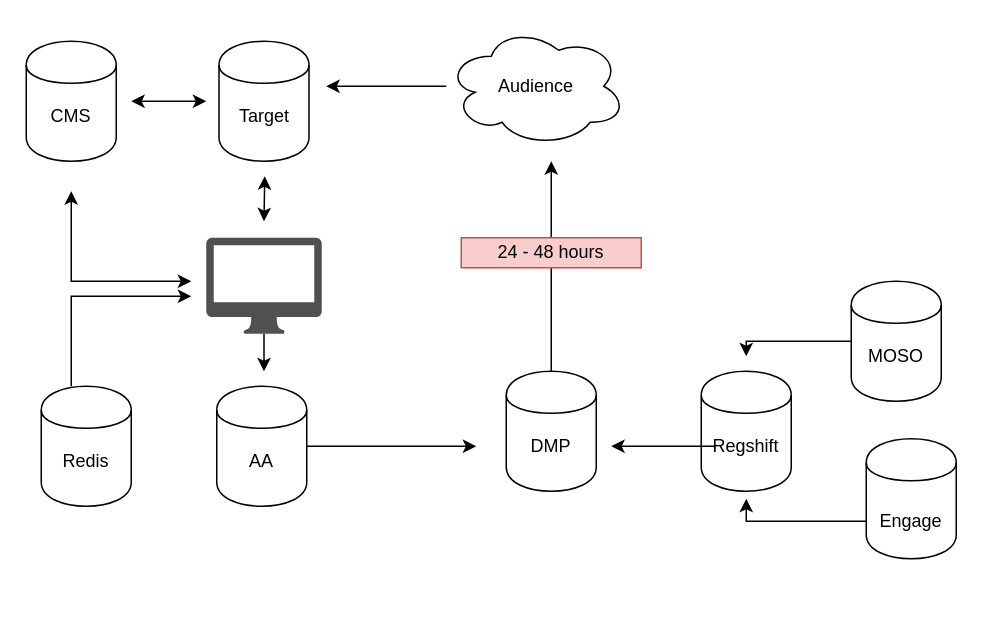
Earlier version of the draw.io diagram Untitled Diagram.drawio (anthonyca7/log). Source tidied: cells renumbered, new cells numbered last; positions are measured from the earlier drawing's top-left corner, leaving out a move shared by most shapes. Both pictures are drawn from the tidied source at 150%, with x=0, y=0 at pixel (26, 26).
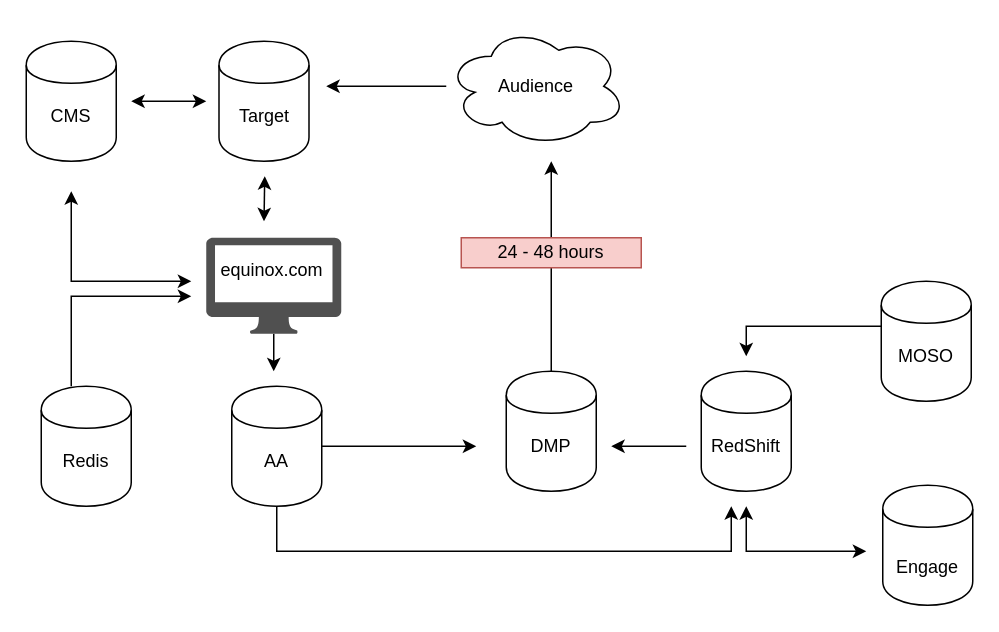
After the change.

Unchanged cells that the change refers to:
```xml
<mxCell id="10" style="shape=cylinder;whiteSpace=wrap;html=1;boundedLbl=1;backgroundOutline=1;" parent="9" vertex="1">
  <mxGeometry width="60" height="80" as="geometry" />
</mxCell>
<mxCell id="13" style="shape=cylinder;whiteSpace=wrap;html=1;boundedLbl=1;backgroundOutline=1;" parent="12" vertex="1">
  <mxGeometry width="60" height="80" as="geometry" />
</mxCell>
<mxCell id="21" style="group;" parent="1" vertex="1">
  <mxGeometry x="450" y="230" width="60" height="80" as="geometry" />
</mxCell>
```

The edit, as a diff of the source:
```diff
@@
+    <mxCell id="43" style="edgeStyle=orthogonalEdgeStyle;rounded=0;jettySize=auto;html=1;startArrow=none;startFill=0;strokeColor=#000000;exitX=0.5;exitY=1;exitDx=0;exitDy=0;" parent="1" edge="1" source="3">
+      <mxGeometry relative="1" as="geometry">
+        <mxPoint x="470" y="320" as="targetPoint" />
+        <Array as="points">
+          <mxPoint x="167" y="350" />
+          <mxPoint x="470" y="350" />
+        </Array>
+      </mxGeometry>
+    </mxCell>
     <mxCell id="3" style="shape=cylinder;whiteSpace=wrap;html=1;boundedLbl=1;backgroundOutline=1;" parent="1" vertex="1">
-      <mxGeometry x="127" y="240" width="60" height="80" as="geometry" />
+      <mxGeometry x="137" y="240" width="60" height="80" as="geometry" />
     </mxCell>
-    <mxCell id="4" style="edgeStyle=orthogonalEdgeStyle;rounded=0;jettySize=auto;html=1;startArrow=none;startFill=0;strokeColor=#000000;" parent="1" edge="1" source="5">
-      <mxGeometry relative="1" as="geometry">
-        <mxPoint x="158.5" y="230" as="targetPoint" />
-      </mxGeometry>
-    </mxCell>
+    <mxCell id="44" style="edgeStyle=orthogonalEdgeStyle;rounded=0;jettySize=auto;html=1;startArrow=none;startFill=0;strokeColor=#000000;" parent="1" edge="1" source="5">
+      <mxGeometry relative="1" as="geometry">
+        <mxPoint x="165" y="230" as="targetPoint" />
+      </mxGeometry>
+    </mxCell>
     <mxCell id="5" style="shadow=0;dashed=0;html=1;strokeColor=none;fillColor=#505050;labelPosition=center;verticalLabelPosition=bottom;verticalAlign=top;outlineConnect=0;align=center;shape=mxgraph.office.devices.mac_client;" parent="1" vertex="1">
-      <mxGeometry x="120" y="141" width="77" height="64" as="geometry" />
+      <mxGeometry x="120" y="141" width="90" height="64" as="geometry" />
     </mxCell>
@@
     <mxCell id="9" style="group;" parent="1" vertex="1">
-      <mxGeometry x="550" y="170" width="60" height="80" as="geometry" />
+      <mxGeometry x="570" y="170" width="60" height="80" as="geometry" />
     </mxCell>
@@
     <mxCell id="12" style="group;" parent="1" vertex="1">
-      <mxGeometry x="560" y="275" width="60" height="80" as="geometry" />
+      <mxGeometry x="571" y="306" width="60" height="80" as="geometry" />
     </mxCell>
@@
-    <mxCell id="23" value="Regshift" style="text;html=1;strokeColor=none;fillColor=none;align=center;verticalAlign=middle;whiteSpace=wrap;rounded=0;" parent="21" vertex="1">
+    <mxCell id="23" value="RedShift" style="text;html=1;strokeColor=none;fillColor=none;align=center;verticalAlign=middle;whiteSpace=wrap;rounded=0;" parent="21" vertex="1">
       <mxGeometry x="10" y="40" width="40" height="20" as="geometry" />
     </mxCell>
     <mxCell id="24" value="AA" style="text;html=1;strokeColor=none;fillColor=none;align=center;verticalAlign=middle;whiteSpace=wrap;rounded=0;" parent="1" vertex="1">
-      <mxGeometry x="137" y="280" width="40" height="20" as="geometry" />
+      <mxGeometry x="147" y="280" width="40" height="20" as="geometry" />
     </mxCell>
@@
     <mxCell id="26" style="edgeStyle=orthogonalEdgeStyle;rounded=0;jettySize=auto;html=1;" parent="1" edge="1" source="10">
       <mxGeometry relative="1" as="geometry">
         <mxPoint x="480" y="220" as="targetPoint" />
         <Array as="points">
-          <mxPoint x="480" y="210" />
-          <mxPoint x="480" y="220" />
+          <mxPoint x="480" y="200" />
         </Array>
       </mxGeometry>
     </mxCell>
-    <mxCell id="27" style="edgeStyle=orthogonalEdgeStyle;rounded=0;jettySize=auto;html=1;" parent="1" edge="1" source="13">
+    <mxCell id="27" style="edgeStyle=orthogonalEdgeStyle;rounded=0;orthogonalLoop=1;jettySize=auto;html=1;startArrow=classic;startFill=1;" parent="1" edge="1">
       <mxGeometry relative="1" as="geometry">
-        <mxPoint x="480" y="315" as="targetPoint" />
+        <mxPoint x="560" y="350" as="sourcePoint" />
+        <mxPoint x="480" y="320" as="targetPoint" />
         <Array as="points">
-          <mxPoint x="480" y="330" />
+          <mxPoint x="480" y="350" />
         </Array>
       </mxGeometry>
     </mxCell>
-    <mxCell id="28" style="edgeStyle=orthogonalEdgeStyle;rounded=0;jettySize=auto;html=1;" parent="1" edge="1" source="23">
+    <mxCell id="28" style="edgeStyle=orthogonalEdgeStyle;rounded=0;orthogonalLoop=1;jettySize=auto;html=1;" parent="1" edge="1">
       <mxGeometry relative="1" as="geometry">
+        <mxPoint x="440" y="280" as="sourcePoint" />
         <mxPoint x="390" y="280" as="targetPoint" />
       </mxGeometry>
     </mxCell>
@@
+    <mxCell id="45" value="equinox.com" style="text;html=1;strokeColor=none;fillColor=none;align=center;verticalAlign=middle;whiteSpace=wrap;rounded=0;" parent="1" vertex="1">
+      <mxGeometry x="118.5" y="153" width="90" height="20" as="geometry" />
+    </mxCell>
```
